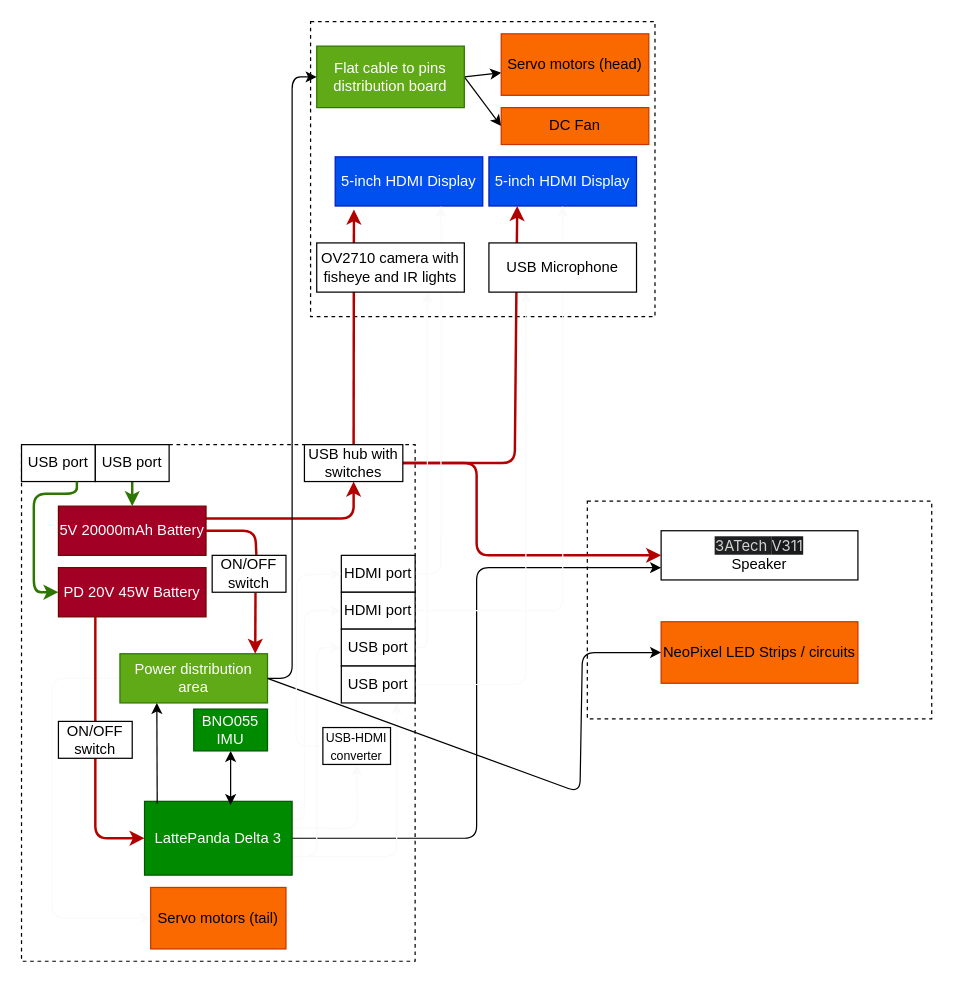
Earlier version of the draw.io diagram Planning/Hardware.drawio (MekhyW/DYNAMO-Electronic_Fursuit-2.0). Source tidied: cells renumbered, new cells numbered last; positions are measured from the earlier drawing's top-left corner, leaving out a move shared by most shapes. Both pictures are drawn from the tidied source at 123%, with x=0, y=0 at pixel (21, 21).
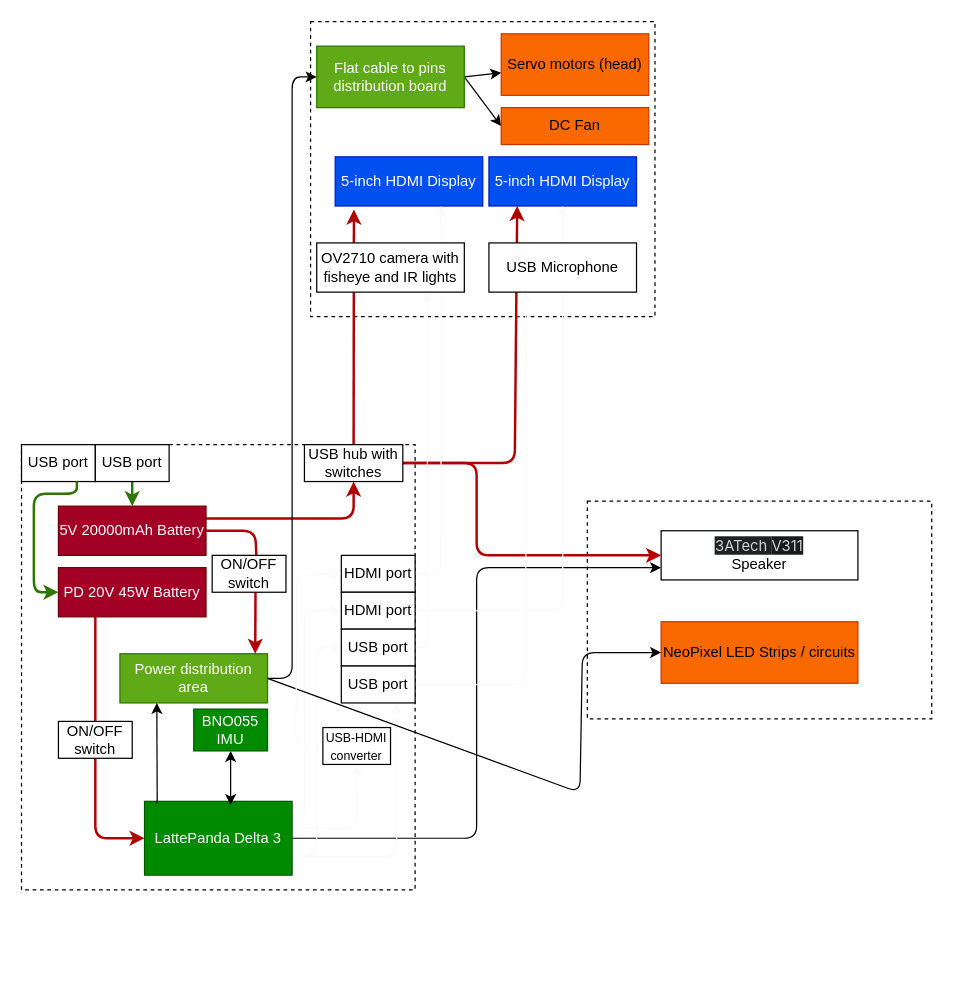
After the change.

Unchanged cells that the change refers to:
```xml
<mxCell id="23" value="Power distribution area" style="rounded=0;whiteSpace=wrap;html=1;fillColor=#60a917;fontColor=#ffffff;strokeColor=#2D7600;" parent="1" vertex="1">
  <mxGeometry x="80" y="514" width="120" height="40" as="geometry" />
</mxCell>
```

The edit, as a diff of the source:
```diff
@@
     <mxCell id="8" style="rounded=0;whiteSpace=wrap;html=1;dashed=1;" parent="1" vertex="1">
-      <mxGeometry y="344" width="320" height="420" as="geometry" />
+      <mxGeometry y="344" width="320" height="362" as="geometry" />
     </mxCell>
@@
-    <mxCell id="22" style="edgeStyle=none;html=1;exitX=0;exitY=0.5;exitDx=0;exitDy=0;entryX=0;entryY=0.5;entryDx=0;entryDy=0;strokeColor=#FAFAFA;strokeWidth=1;startArrow=none;startFill=0;" parent="1" edge="1" source="23" target="36">
-      <mxGeometry relative="1" as="geometry">
-        <Array as="points">
-          <mxPoint x="25" y="534" />
-          <mxPoint x="25" y="729" />
-        </Array>
-      </mxGeometry>
-    </mxCell>
@@
-    <mxCell id="36" value="Servo motors (tail)" style="rounded=0;whiteSpace=wrap;html=1;fillColor=#fa6800;fontColor=#000000;strokeColor=#C73500;" parent="1" vertex="1">
-      <mxGeometry x="105" y="704" width="110" height="50" as="geometry" />
-    </mxCell>
```
